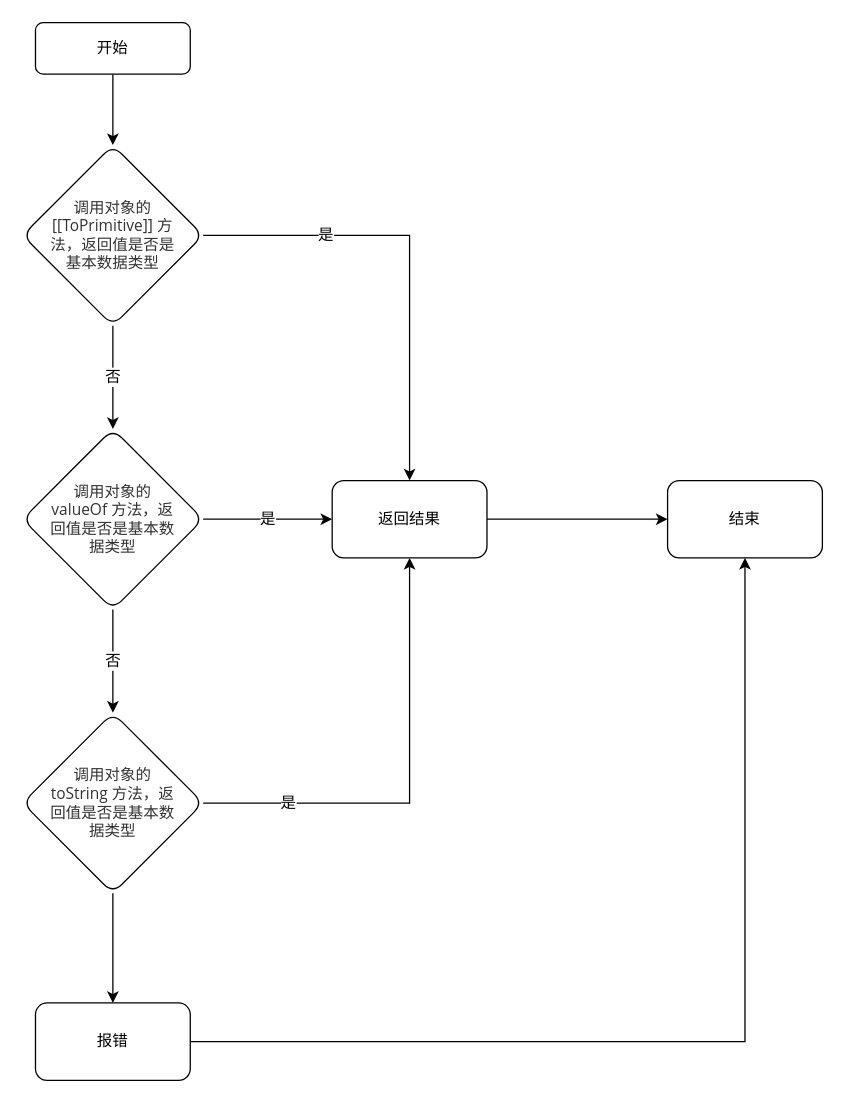
Above: source/引用类型转换为基本数据类型规则.drawio in hedashuaii/drwa.io (draw.io), before the change. Source tidied: cells renumbered, new cells numbered last; positions are measured from the earlier drawing's top-left corner, leaving out a move shared by most shapes. Both pictures are drawn from the tidied source at 129%, with x=0, y=0 at pixel (22, 22).
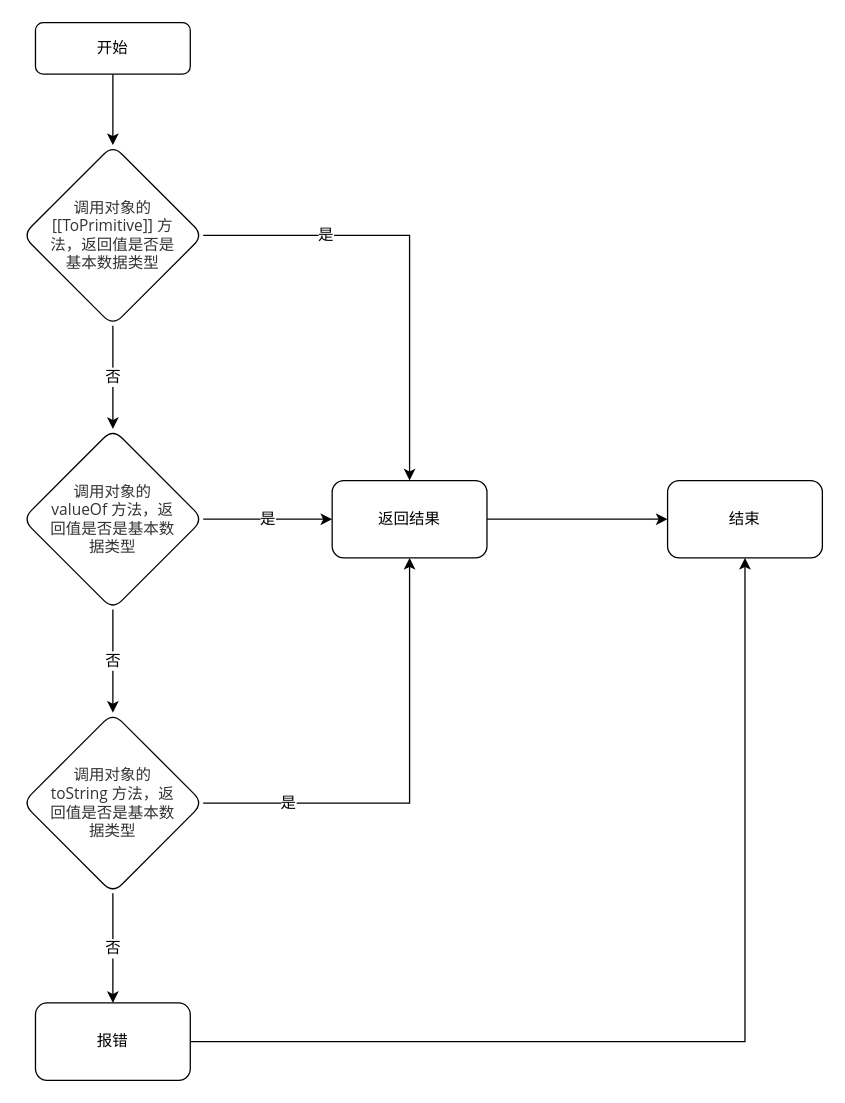
The same page after the edit.

Commit message (it also covers changes not shown here):
更新引用类型转换为基本数据类型规则.drawio

Diff of the diagram source:
```diff
@@
 <mxGraphModel>
   <root>
     <mxCell id="0" />
     <mxCell id="1" parent="0" />
     <mxCell id="2" style="edgeStyle=orthogonalEdgeStyle;rounded=0;jettySize=auto;html=1;" parent="1" edge="1" source="3" target="6">
       <mxGeometry relative="1" as="geometry" />
     </mxCell>
     <mxCell id="3" value="开始" style="rounded=1;whiteSpace=wrap;html=1;fontSize=12;glass=0;strokeWidth=1;shadow=0;" parent="1" vertex="1">
       <mxGeometry x="10" width="120" height="40" as="geometry" />
     </mxCell>
     <mxCell id="4" value="是" style="edgeStyle=orthogonalEdgeStyle;rounded=0;jettySize=auto;html=1;fontSize=12;" parent="1" edge="1" source="6" target="8">
       <mxGeometry x="-0.46" relative="1" as="geometry" />
     </mxCell>
     <mxCell id="5" value="否" style="edgeStyle=orthogonalEdgeStyle;rounded=0;jettySize=auto;html=1;fontSize=12;" parent="1" edge="1" source="6" target="11">
       <mxGeometry relative="1" as="geometry" />
     </mxCell>
     <mxCell id="6" value="&lt;span style=&quot;color: rgb(51, 51, 51); font-family: &amp;quot;Open Sans&amp;quot;, &amp;quot;Clear Sans&amp;quot;, &amp;quot;Helvetica Neue&amp;quot;, Helvetica, Arial, &amp;quot;Segoe UI Emoji&amp;quot;, sans-serif; orphans: 4; text-align: left; background-color: rgb(255, 255, 255);&quot;&gt;&lt;font style=&quot;font-size: 12px;&quot;&gt;调用对象的 [[ToPrimitive]] 方法，&lt;/font&gt;&lt;/span&gt;&lt;font face=&quot;Open Sans, Clear Sans, Helvetica Neue, Helvetica, Arial, Segoe UI Emoji, sans-serif&quot; color=&quot;#333333&quot;&gt;返回值是否是基本数据类型&lt;/font&gt;" style="rhombus;whiteSpace=wrap;html=1;rounded=1;glass=0;strokeWidth=1;shadow=0;spacingTop=0;spacing=20;" parent="1" vertex="1">
       <mxGeometry y="95" width="140" height="140" as="geometry" />
     </mxCell>
     <mxCell id="7" style="edgeStyle=orthogonalEdgeStyle;rounded=0;jettySize=auto;html=1;fontSize=12;" parent="1" edge="1" source="8" target="16">
       <mxGeometry relative="1" as="geometry" />
     </mxCell>
     <mxCell id="8" value="返回结果" style="whiteSpace=wrap;html=1;rounded=1;glass=0;strokeWidth=1;shadow=0;spacingTop=0;spacing=16;" parent="1" vertex="1">
       <mxGeometry x="240" y="355" width="120" height="60" as="geometry" />
     </mxCell>
     <mxCell id="9" value="否" style="edgeStyle=orthogonalEdgeStyle;rounded=0;jettySize=auto;html=1;fontSize=12;" parent="1" edge="1" source="11" target="15">
       <mxGeometry relative="1" as="geometry" />
     </mxCell>
     <mxCell id="10" value="是" style="edgeStyle=orthogonalEdgeStyle;rounded=0;jettySize=auto;html=1;exitX=1;exitY=0.5;exitDx=0;exitDy=0;fontSize=12;" parent="1" edge="1" source="11" target="8">
       <mxGeometry relative="1" as="geometry" />
     </mxCell>
     <mxCell id="11" value="&lt;span style=&quot;color: rgb(51, 51, 51); font-family: &amp;quot;Open Sans&amp;quot;, &amp;quot;Clear Sans&amp;quot;, &amp;quot;Helvetica Neue&amp;quot;, Helvetica, Arial, &amp;quot;Segoe UI Emoji&amp;quot;, sans-serif; orphans: 4; text-align: left; background-color: rgb(255, 255, 255);&quot;&gt;&lt;font style=&quot;font-size: 12px;&quot;&gt;调用对象的 valueOf 方法，&lt;/font&gt;&lt;/span&gt;&lt;font face=&quot;Open Sans, Clear Sans, Helvetica Neue, Helvetica, Arial, Segoe UI Emoji, sans-serif&quot; color=&quot;#333333&quot;&gt;返回值是否是基本数据类型&lt;/font&gt;" style="rhombus;whiteSpace=wrap;html=1;rounded=1;glass=0;strokeWidth=1;shadow=0;spacingTop=0;spacing=20;" parent="1" vertex="1">
       <mxGeometry y="315" width="140" height="140" as="geometry" />
     </mxCell>
     <mxCell id="12" style="edgeStyle=orthogonalEdgeStyle;rounded=0;jettySize=auto;html=1;exitX=1;exitY=0.5;exitDx=0;exitDy=0;fontSize=12;entryX=0.5;entryY=1;entryDx=0;entryDy=0;" parent="1" edge="1" source="15" target="8">
       <mxGeometry relative="1" as="geometry" />
     </mxCell>
     <mxCell id="13" value="是" style="edgeLabel;html=1;align=center;verticalAlign=middle;fontSize=12;" parent="12" vertex="1">
       <mxGeometry x="-0.63" y="1" relative="1" as="geometry" />
     </mxCell>
-    <mxCell id="14" style="edgeStyle=orthogonalEdgeStyle;rounded=0;jettySize=auto;html=1;fontSize=12;" parent="1" edge="1" source="15" target="18">
+    <mxCell id="14" value="否" style="edgeStyle=orthogonalEdgeStyle;rounded=0;jettySize=auto;html=1;fontSize=12;" parent="1" edge="1" source="15" target="18">
       <mxGeometry relative="1" as="geometry" />
     </mxCell>
     <mxCell id="15" value="&lt;span style=&quot;color: rgb(51, 51, 51); font-family: &amp;quot;Open Sans&amp;quot;, &amp;quot;Clear Sans&amp;quot;, &amp;quot;Helvetica Neue&amp;quot;, Helvetica, Arial, &amp;quot;Segoe UI Emoji&amp;quot;, sans-serif; orphans: 4; text-align: left; background-color: rgb(255, 255, 255);&quot;&gt;&lt;font style=&quot;font-size: 12px;&quot;&gt;调用对象的 toString 方法，&lt;/font&gt;&lt;/span&gt;&lt;font face=&quot;Open Sans, Clear Sans, Helvetica Neue, Helvetica, Arial, Segoe UI Emoji, sans-serif&quot; color=&quot;#333333&quot;&gt;返回值是否是基本数据类型&lt;/font&gt;" style="rhombus;whiteSpace=wrap;html=1;rounded=1;glass=0;strokeWidth=1;shadow=0;spacingTop=0;spacing=20;" parent="1" vertex="1">
       <mxGeometry y="535" width="140" height="140" as="geometry" />
     </mxCell>
     <mxCell id="16" value="结束" style="whiteSpace=wrap;html=1;rounded=1;glass=0;strokeWidth=1;shadow=0;spacingTop=0;spacing=16;" parent="1" vertex="1">
       <mxGeometry x="500" y="355" width="120" height="60" as="geometry" />
     </mxCell>
     <mxCell id="17" style="edgeStyle=orthogonalEdgeStyle;rounded=0;jettySize=auto;html=1;exitX=1;exitY=0.5;exitDx=0;exitDy=0;entryX=0.5;entryY=1;entryDx=0;entryDy=0;fontSize=12;" parent="1" edge="1" source="18" target="16">
       <mxGeometry relative="1" as="geometry" />
     </mxCell>
     <mxCell id="18" value="报错" style="whiteSpace=wrap;html=1;rounded=1;glass=0;strokeWidth=1;shadow=0;spacingTop=0;spacing=20;" parent="1" vertex="1">
       <mxGeometry x="10" y="760" width="120" height="60" as="geometry" />
     </mxCell>
   </root>
 </mxGraphModel>
```
